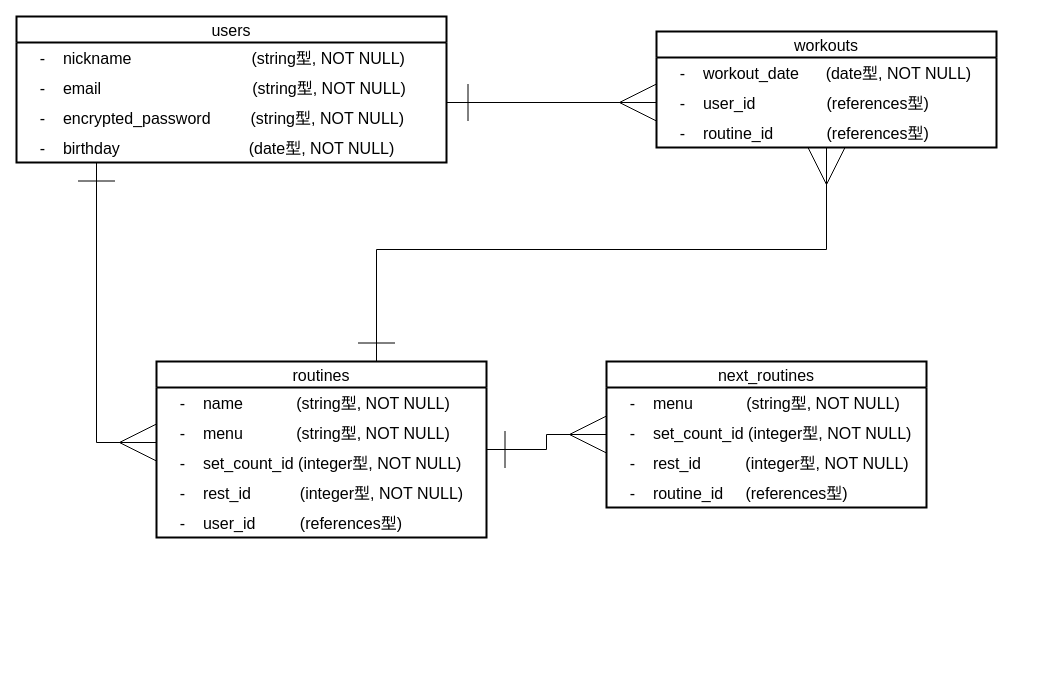
Earlier version of the draw.io diagram ERgraph.dio (Morlley/muscle-time-keeper). Source tidied: cells renumbered, new cells numbered last; positions are measured from the earlier drawing's top-left corner, leaving out a move shared by most shapes. Both pictures are drawn from the tidied source at 100%, with x=0, y=0 at pixel (16, 16).
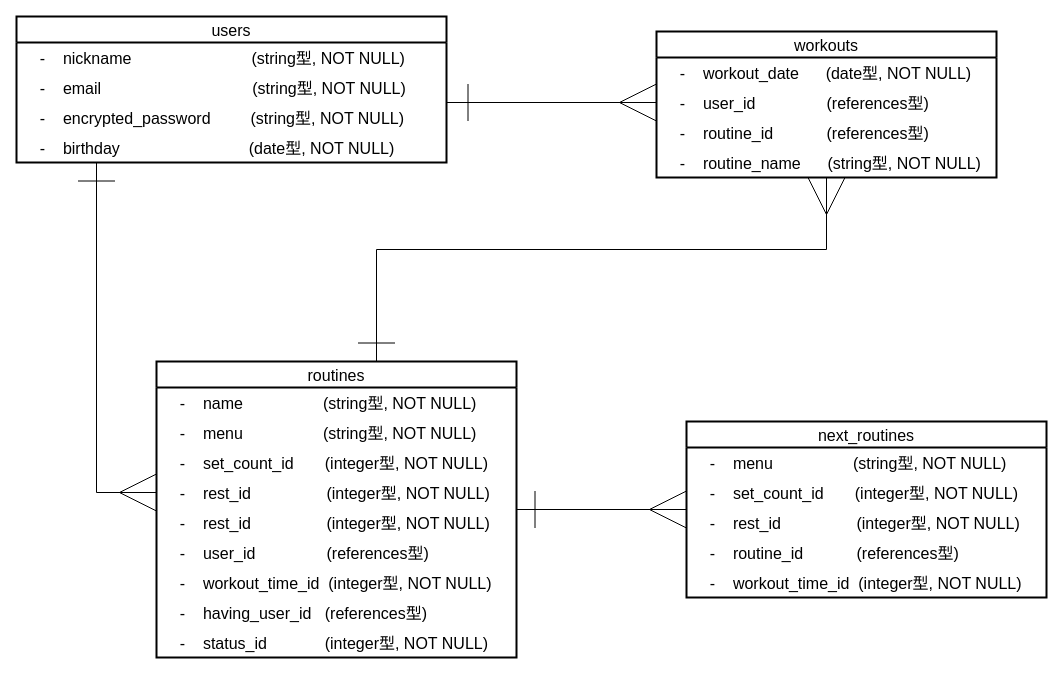
The same diagram, later.

Commit message (it also covers changes not shown here):
README及びER図の編集

Change to the diagram source:
```diff
@@
     <mxCell id="8" value="workouts" style="swimlane;fontStyle=0;horizontal=1;startSize=26;align=center;fontSize=16;strokeWidth=2;" parent="1" vertex="1">
-      <mxGeometry x="640" y="15" width="340" height="116" as="geometry" />
+      <mxGeometry x="640" y="15" width="340" height="146" as="geometry" />
     </mxCell>
@@
+    <mxCell id="26" value="    -    routine_name      (string型, NOT NULL)" style="text;strokeColor=none;fillColor=none;spacingLeft=4;spacingRight=4;overflow=hidden;fontSize=16;strokeWidth=2;" parent="8" vertex="1">
+      <mxGeometry y="116" width="340" height="30" as="geometry" />
+    </mxCell>
-    <mxCell id="12" style="edgeStyle=orthogonalEdgeStyle;rounded=0;orthogonalLoop=1;jettySize=auto;html=1;fontSize=16;endArrow=ERone;endFill=0;startArrow=ERmany;startFill=0;targetPerimeterSpacing=0;endSize=35;startSize=35;" parent="1" edge="1">
+    <mxCell id="12" style="edgeStyle=orthogonalEdgeStyle;rounded=0;jettySize=auto;html=1;fontSize=16;endArrow=ERone;endFill=0;startArrow=ERmany;startFill=0;targetPerimeterSpacing=0;endSize=35;startSize=35;exitX=0;exitY=0.5;exitDx=0;exitDy=0;" parent="1" edge="1" source="27">
       <mxGeometry relative="1" as="geometry">
-        <mxPoint x="140" y="426" as="sourcePoint" />
         <mxPoint x="80" y="146" as="targetPoint" />
         <Array as="points">
-          <mxPoint x="80" y="426" />
-          <mxPoint x="80" y="146" />
+          <mxPoint x="80" y="476" />
         </Array>
       </mxGeometry>
     </mxCell>
     <mxCell id="13" value="routines" style="swimlane;fontStyle=0;horizontal=1;startSize=26;align=center;fontSize=16;strokeWidth=2;" parent="1" vertex="1">
-      <mxGeometry x="140" y="345" width="330" height="176" as="geometry" />
+      <mxGeometry x="140" y="345" width="360" height="296" as="geometry" />
     </mxCell>
-    <mxCell id="14" value="    -    name            (string型, NOT NULL)" style="text;strokeColor=none;fillColor=none;spacingLeft=4;spacingRight=4;overflow=hidden;fontSize=16;strokeWidth=2;" parent="13" vertex="1">
-      <mxGeometry y="26" width="330" height="30" as="geometry" />
+    <mxCell id="14" value="    -    name                  (string型, NOT NULL)" style="text;strokeColor=none;fillColor=none;spacingLeft=4;spacingRight=4;overflow=hidden;fontSize=16;strokeWidth=2;" parent="13" vertex="1">
+      <mxGeometry y="26" width="360" height="30" as="geometry" />
     </mxCell>
-    <mxCell id="15" value="    -    menu            (string型, NOT NULL)" style="text;strokeColor=none;fillColor=none;spacingLeft=4;spacingRight=4;overflow=hidden;fontSize=16;strokeWidth=2;" parent="13" vertex="1">
-      <mxGeometry y="56" width="330" height="30" as="geometry" />
+    <mxCell id="15" value="    -    menu                  (string型, NOT NULL)" style="text;strokeColor=none;fillColor=none;spacingLeft=4;spacingRight=4;overflow=hidden;fontSize=16;strokeWidth=2;" parent="13" vertex="1">
+      <mxGeometry y="56" width="360" height="30" as="geometry" />
     </mxCell>
-    <mxCell id="16" value="    -    set_count_id (integer型, NOT NULL)" style="text;strokeColor=none;fillColor=none;spacingLeft=4;spacingRight=4;overflow=hidden;fontSize=16;strokeWidth=2;" parent="13" vertex="1">
-      <mxGeometry y="86" width="330" height="30" as="geometry" />
+    <mxCell id="16" value="    -    set_count_id       (integer型, NOT NULL)" style="text;strokeColor=none;fillColor=none;spacingLeft=4;spacingRight=4;overflow=hidden;fontSize=16;strokeWidth=2;" parent="13" vertex="1">
+      <mxGeometry y="86" width="360" height="30" as="geometry" />
     </mxCell>
+    <mxCell id="27" value="    -    rest_id                 (integer型, NOT NULL)" style="text;strokeColor=none;fillColor=none;spacingLeft=4;spacingRight=4;overflow=hidden;points=[[0,0.5],[1,0.5]];portConstraint=eastwest;fontSize=16;strokeWidth=2;" parent="13" vertex="1">
+      <mxGeometry y="116" width="360" height="30" as="geometry" />
+    </mxCell>
-    <mxCell id="17" value="    -    rest_id           (integer型, NOT NULL)" style="text;strokeColor=none;fillColor=none;spacingLeft=4;spacingRight=4;overflow=hidden;fontSize=16;strokeWidth=2;" parent="13" vertex="1">
-      <mxGeometry y="116" width="330" height="30" as="geometry" />
+    <mxCell id="17" value="    -    rest_id                 (integer型, NOT NULL)" style="text;strokeColor=none;fillColor=none;spacingLeft=4;spacingRight=4;overflow=hidden;fontSize=16;strokeWidth=2;" parent="13" vertex="1">
+      <mxGeometry y="146" width="360" height="30" as="geometry" />
     </mxCell>
-    <mxCell id="18" value="    -    user_id          (references型)" style="text;strokeColor=none;fillColor=none;spacingLeft=4;spacingRight=4;overflow=hidden;fontSize=16;strokeWidth=2;" parent="13" vertex="1">
-      <mxGeometry y="146" width="330" height="30" as="geometry" />
+    <mxCell id="18" value="    -    user_id                (references型)" style="text;strokeColor=none;fillColor=none;spacingLeft=4;spacingRight=4;overflow=hidden;fontSize=16;strokeWidth=2;" parent="13" vertex="1">
+      <mxGeometry y="176" width="360" height="30" as="geometry" />
     </mxCell>
+    <mxCell id="28" value="    -    workout_time_id  (integer型, NOT NULL)" style="text;strokeColor=none;fillColor=none;spacingLeft=4;spacingRight=4;overflow=hidden;fontSize=16;strokeWidth=2;" parent="13" vertex="1">
+      <mxGeometry y="206" width="360" height="30" as="geometry" />
+    </mxCell>
+    <mxCell id="29" value="    -    having_user_id   (references型)" style="text;strokeColor=none;fillColor=none;spacingLeft=4;spacingRight=4;overflow=hidden;fontSize=16;strokeWidth=2;" parent="13" vertex="1">
+      <mxGeometry y="236" width="360" height="30" as="geometry" />
+    </mxCell>
+    <mxCell id="30" value="    -    status_id             (integer型, NOT NULL)" style="text;strokeColor=none;fillColor=none;spacingLeft=4;spacingRight=4;overflow=hidden;fontSize=16;strokeWidth=2;" parent="13" vertex="1">
+      <mxGeometry y="266" width="360" height="30" as="geometry" />
+    </mxCell>
@@
     <mxCell id="20" value="next_routines" style="swimlane;fontStyle=0;horizontal=1;startSize=26;align=center;fontSize=16;strokeWidth=2;" parent="1" vertex="1">
-      <mxGeometry x="590" y="345" width="320" height="146" as="geometry" />
+      <mxGeometry x="670" y="405" width="360" height="176" as="geometry" />
     </mxCell>
-    <mxCell id="21" value="    -    menu            (string型, NOT NULL)" style="text;strokeColor=none;fillColor=none;spacingLeft=4;spacingRight=4;overflow=hidden;fontSize=16;strokeWidth=2;" parent="20" vertex="1">
-      <mxGeometry y="26" width="320" height="30" as="geometry" />
+    <mxCell id="21" value="    -    menu                  (string型, NOT NULL)" style="text;strokeColor=none;fillColor=none;spacingLeft=4;spacingRight=4;overflow=hidden;fontSize=16;strokeWidth=2;" parent="20" vertex="1">
+      <mxGeometry y="26" width="360" height="30" as="geometry" />
     </mxCell>
-    <mxCell id="22" value="    -    set_count_id (integer型, NOT NULL)" style="text;strokeColor=none;fillColor=none;spacingLeft=4;spacingRight=4;overflow=hidden;fontSize=16;strokeWidth=2;" parent="20" vertex="1">
-      <mxGeometry y="56" width="320" height="30" as="geometry" />
+    <mxCell id="22" value="    -    set_count_id       (integer型, NOT NULL)" style="text;strokeColor=none;fillColor=none;spacingLeft=4;spacingRight=4;overflow=hidden;fontSize=16;strokeWidth=2;" parent="20" vertex="1">
+      <mxGeometry y="56" width="360" height="30" as="geometry" />
     </mxCell>
-    <mxCell id="23" value="    -    rest_id          (integer型, NOT NULL)" style="text;strokeColor=none;fillColor=none;spacingLeft=4;spacingRight=4;overflow=hidden;fontSize=16;strokeWidth=2;" parent="20" vertex="1">
-      <mxGeometry y="86" width="320" height="30" as="geometry" />
+    <mxCell id="23" value="    -    rest_id                 (integer型, NOT NULL)" style="text;strokeColor=none;fillColor=none;spacingLeft=4;spacingRight=4;overflow=hidden;fontSize=16;strokeWidth=2;" parent="20" vertex="1">
+      <mxGeometry y="86" width="360" height="30" as="geometry" />
     </mxCell>
-    <mxCell id="24" value="    -    routine_id     (references型)" style="text;strokeColor=none;fillColor=none;spacingLeft=4;spacingRight=4;overflow=hidden;fontSize=16;strokeWidth=2;" parent="20" vertex="1">
-      <mxGeometry y="116" width="320" height="30" as="geometry" />
+    <mxCell id="24" value="    -    routine_id            (references型)" style="text;strokeColor=none;fillColor=none;spacingLeft=4;spacingRight=4;overflow=hidden;fontSize=16;strokeWidth=2;" parent="20" vertex="1">
+      <mxGeometry y="116" width="360" height="30" as="geometry" />
     </mxCell>
+    <mxCell id="31" value="    -    workout_time_id  (integer型, NOT NULL)" style="text;strokeColor=none;fillColor=none;spacingLeft=4;spacingRight=4;overflow=hidden;fontSize=16;strokeWidth=2;" parent="20" vertex="1">
+      <mxGeometry y="146" width="360" height="30" as="geometry" />
+    </mxCell>
```
